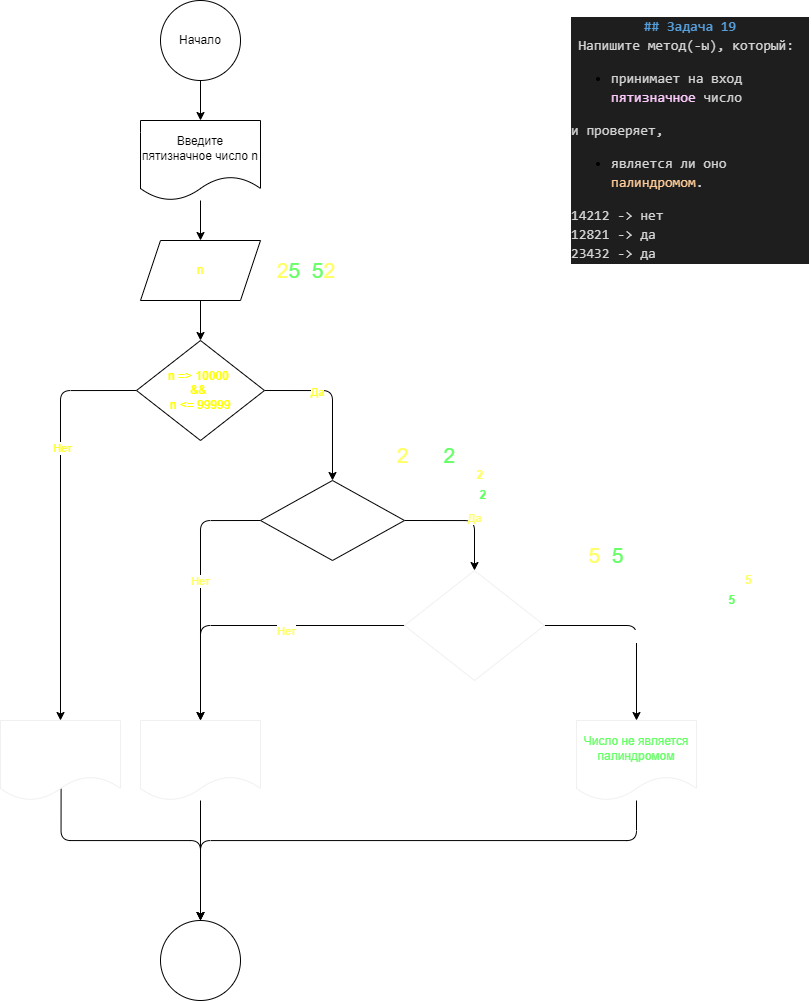
This is Homework/Homewotk_03/Ex019/diagramma.drawio.png from dvmax1984/Csharp25022023, a draw.io export, as it was before one commit. Source tidied: cells renumbered, new cells last; positions are measured from the earlier drawing's top-left corner, leaving out a move shared by most shapes.
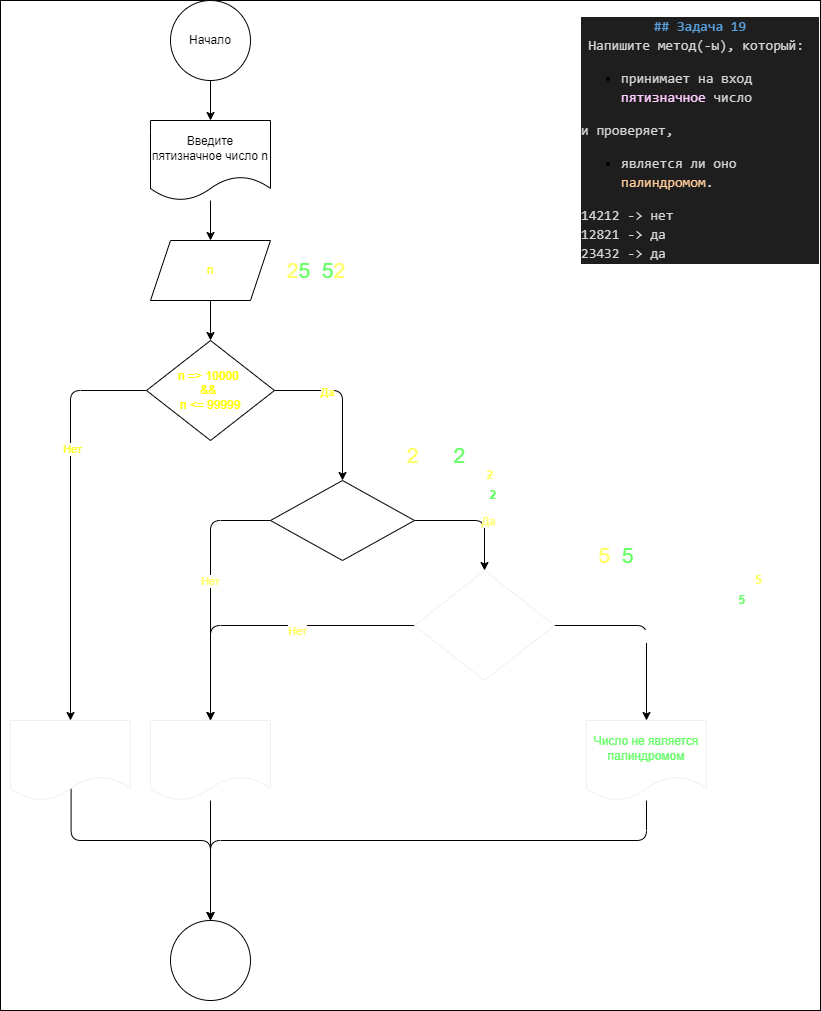
After the change.

Commit message:
Обновил диграмму в задаче HW03Ex019

Diff of the diagram source:
```diff
@@ -2,6 +2,9 @@
   <root>
     <mxCell id="0" />
     <mxCell id="1" parent="0" />
+    <mxCell id="38" style="rounded=0;whiteSpace=wrap;html=1;" parent="1" vertex="1">
+      <mxGeometry x="-10" width="820" height="1010" as="geometry" />
+    </mxCell>
     <mxCell id="2" value="&lt;div style=&quot;background-color: rgb(30, 30, 30); line-height: 19px;&quot;&gt;&lt;div style=&quot;color: rgb(212, 212, 212); font-family: Consolas, &amp;quot;Courier New&amp;quot;, monospace; font-size: 14px;&quot;&gt;&lt;span style=&quot;color: #569cd6;font-weight: bold;&quot;&gt;## Задача 19&lt;/span&gt;&lt;/div&gt;&lt;div style=&quot;font-family: Consolas, &amp;quot;Courier New&amp;quot;, monospace; font-size: 14px;&quot;&gt;&lt;span style=&quot;color: rgb(212, 212, 212); text-align: left;&quot;&gt;Напишите метод(-ы), который:&amp;nbsp;&lt;/span&gt;&lt;br&gt;&lt;ul style=&quot;&quot;&gt;&lt;li style=&quot;text-align: left;&quot;&gt;&lt;font color=&quot;#d4d4d4&quot;&gt;принимает на вход &lt;/font&gt;&lt;font color=&quot;#ffccff&quot;&gt;пятизначное &lt;/font&gt;&lt;font color=&quot;#d4d4d4&quot;&gt;число&amp;nbsp;&lt;/font&gt;&lt;/li&gt;&lt;/ul&gt;&lt;span style=&quot;color: rgb(212, 212, 212);&quot;&gt;&lt;div style=&quot;text-align: left;&quot;&gt;и проверяет,&amp;nbsp;&lt;/div&gt;&lt;/span&gt;&lt;ul style=&quot;&quot;&gt;&lt;li style=&quot;text-align: left;&quot;&gt;&lt;font color=&quot;#d4d4d4&quot;&gt;является ли оно &lt;/font&gt;&lt;font color=&quot;#ffcc99&quot;&gt;палиндромом&lt;/font&gt;&lt;font color=&quot;#d4d4d4&quot;&gt;.&lt;/font&gt;&lt;/li&gt;&lt;/ul&gt;&lt;span style=&quot;color: rgb(212, 212, 212);&quot;&gt;&lt;div style=&quot;text-align: left;&quot;&gt;14212 -&amp;gt; нет&lt;/div&gt;&lt;/span&gt;&lt;div style=&quot;color: rgb(212, 212, 212); text-align: left;&quot;&gt;12821 -&amp;gt; да&lt;/div&gt;&lt;/div&gt;&lt;div style=&quot;&quot;&gt;&lt;div style=&quot;text-align: left;&quot;&gt;&lt;font face=&quot;Consolas, Courier New, monospace&quot; color=&quot;#d4d4d4&quot;&gt;&lt;span style=&quot;font-size: 14px;&quot;&gt;23432 -&amp;gt; да&lt;/span&gt;&lt;/font&gt;&lt;/div&gt;&lt;/div&gt;&lt;/div&gt;" style="text;strokeColor=none;align=center;fillColor=none;html=1;verticalAlign=middle;whiteSpace=wrap;rounded=0;" parent="1" vertex="1">
       <mxGeometry x="570" y="10" width="240" height="260" as="geometry" />
     </mxCell>
```
